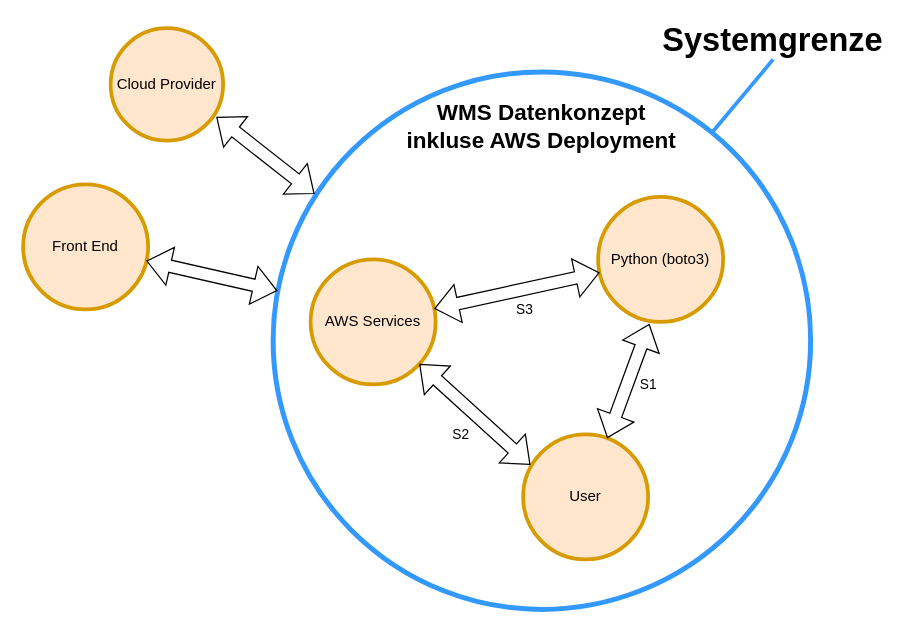
Above: bilder/Systemgrenzen.drawio in blro-ep/ITCNE23-SEM-III (draw.io), before the change. Source tidied: cells renumbered, new cells numbered last; positions are measured from the earlier drawing's top-left corner, leaving out a move shared by most shapes. Both pictures are drawn from the tidied source at 125%, with x=0, y=0 at pixel (22, 21).
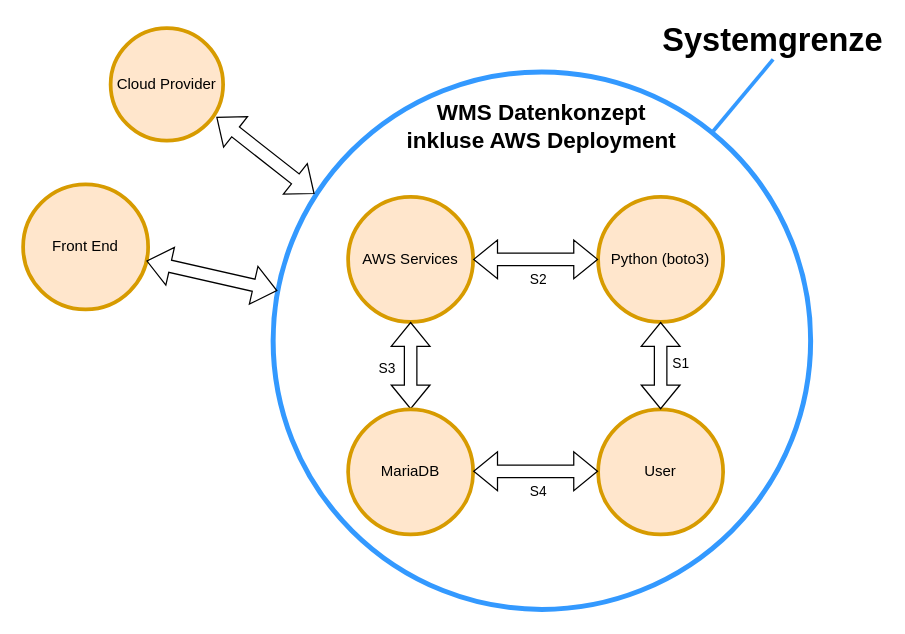
After the change.

The edit, as a diff of the source:
```diff
@@
 <mxGraphModel>
   <root>
     <mxCell id="0" />
     <mxCell id="1" parent="0" />
     <mxCell id="2" value="&lt;h1&gt;&lt;/h1&gt;&lt;h2 style=&quot;font-size: 18px;&quot; class=&quot;splunk2-h3&quot;&gt;&lt;div style=&quot;&quot;&gt;WMS Datenkonzept&lt;br&gt;inkluse AWS Deployment&lt;/div&gt;&lt;/h2&gt;" style="ellipse;whiteSpace=wrap;html=1;strokeWidth=4;strokeColor=#3399FF;align=center;verticalAlign=top;" parent="1" vertex="1">
       <mxGeometry x="200" y="40" width="430" height="430" as="geometry" />
     </mxCell>
     <mxCell id="3" value="Cloud Provider" style="ellipse;whiteSpace=wrap;html=1;fillColor=#ffe6cc;strokeColor=#d79b00;strokeWidth=3;shadow=0;" parent="1" vertex="1">
       <mxGeometry x="70" y="5" width="90" height="90" as="geometry" />
     </mxCell>
     <mxCell id="4" value="Front End" style="ellipse;whiteSpace=wrap;html=1;fillColor=#ffe6cc;strokeColor=#d79b00;strokeWidth=3;" parent="1" vertex="1">
       <mxGeometry y="130" width="100" height="100" as="geometry" />
     </mxCell>
     <mxCell id="5" style="shape=flexArrow;endArrow=classic;startArrow=classic;html=1;rounded=0;entryX=0.94;entryY=0.789;entryDx=0;entryDy=0;entryPerimeter=0;exitX=0.077;exitY=0.227;exitDx=0;exitDy=0;exitPerimeter=0;" parent="1" edge="1" source="2" target="3">
       <mxGeometry relative="1" as="geometry" />
     </mxCell>
     <mxCell id="6" style="shape=flexArrow;endArrow=classic;startArrow=classic;html=1;rounded=0;entryX=0.986;entryY=0.612;entryDx=0;entryDy=0;entryPerimeter=0;exitX=0.008;exitY=0.407;exitDx=0;exitDy=0;exitPerimeter=0;" parent="1" edge="1" source="2" target="4">
       <mxGeometry relative="1" as="geometry" />
     </mxCell>
     <mxCell id="7" value="&lt;font size=&quot;1&quot; style=&quot;&quot;&gt;&lt;b style=&quot;font-size: 26px;&quot;&gt;Systemgrenze&lt;/b&gt;&lt;/font&gt;" style="text;html=1;strokeColor=none;fillColor=none;align=center;verticalAlign=middle;whiteSpace=wrap;rounded=0;" parent="1" vertex="1">
       <mxGeometry x="520" width="160" height="30" as="geometry" />
     </mxCell>
     <mxCell id="8" style="endArrow=none;html=1;rounded=0;entryX=0.5;entryY=1;entryDx=0;entryDy=0;exitX=0.819;exitY=0.11;exitDx=0;exitDy=0;exitPerimeter=0;strokeColor=#3399FF;strokeWidth=3;" parent="1" edge="1" source="2" target="7">
       <mxGeometry relative="1" as="geometry" />
     </mxCell>
     <mxCell id="9" value="&lt;br&gt;" style="edgeLabel;html=1;align=center;verticalAlign=middle;" parent="8" vertex="1">
       <mxGeometry x="-0.23" y="-3" relative="1" as="geometry" />
     </mxCell>
     <mxCell id="10" value="Python (boto3)" style="ellipse;whiteSpace=wrap;html=1;fillColor=#ffe6cc;strokeColor=#d79b00;strokeWidth=3;" parent="1" vertex="1">
       <mxGeometry x="460" y="140" width="100" height="100" as="geometry" />
     </mxCell>
     <mxCell id="11" value="AWS Services" style="ellipse;whiteSpace=wrap;html=1;fillColor=#ffe6cc;strokeColor=#d79b00;strokeWidth=3;" parent="1" vertex="1">
-      <mxGeometry x="230" y="190" width="100" height="100" as="geometry" />
+      <mxGeometry x="260" y="140" width="100" height="100" as="geometry" />
     </mxCell>
-    <mxCell id="12" value="S3" style="shape=flexArrow;endArrow=classic;startArrow=classic;html=1;rounded=0;verticalAlign=middle;" parent="1" edge="1" source="11" target="10">
+    <mxCell id="12" value="S2" style="shape=flexArrow;endArrow=classic;startArrow=classic;html=1;rounded=0;verticalAlign=middle;" parent="1" edge="1" source="11" target="10">
       <mxGeometry x="0.03" y="-16" relative="1" as="geometry" />
     </mxCell>
     <mxCell id="13" value="User" style="ellipse;whiteSpace=wrap;html=1;fillColor=#ffe6cc;strokeColor=#d79b00;strokeWidth=3;" parent="1" vertex="1">
-      <mxGeometry x="400" y="330" width="100" height="100" as="geometry" />
+      <mxGeometry x="460" y="310" width="100" height="100" as="geometry" />
     </mxCell>
-    <mxCell id="14" value="S1" style="shape=flexArrow;endArrow=classic;startArrow=classic;html=1;rounded=0;verticalAlign=middle;entryX=0.41;entryY=1.016;entryDx=0;entryDy=0;entryPerimeter=0;" parent="1" edge="1" source="13" target="10">
+    <mxCell id="14" value="S1" style="shape=flexArrow;endArrow=classic;startArrow=classic;html=1;rounded=0;verticalAlign=middle;entryX=0.5;entryY=1;entryDx=0;entryDy=0;" parent="1" edge="1" source="13" target="10">
       <mxGeometry x="0.06" y="-16" relative="1" as="geometry" />
     </mxCell>
-    <mxCell id="15" value="S2" style="shape=flexArrow;endArrow=classic;startArrow=classic;html=1;rounded=0;verticalAlign=middle;entryX=0.058;entryY=0.244;entryDx=0;entryDy=0;entryPerimeter=0;" parent="1" edge="1" source="11" target="13">
+    <mxCell id="15" value="S3" style="shape=flexArrow;endArrow=classic;startArrow=classic;html=1;rounded=0;verticalAlign=middle;" parent="1" edge="1" source="11" target="16">
       <mxGeometry x="0.04" y="-19" relative="1" as="geometry">
         <mxPoint y="1" as="offset" />
       </mxGeometry>
     </mxCell>
+    <mxCell id="16" value="MariaDB" style="ellipse;whiteSpace=wrap;html=1;fillColor=#ffe6cc;strokeColor=#d79b00;strokeWidth=3;" parent="1" vertex="1">
+      <mxGeometry x="260" y="310" width="100" height="100" as="geometry" />
+    </mxCell>
+    <mxCell id="17" value="S4" style="shape=flexArrow;endArrow=classic;startArrow=classic;html=1;rounded=0;verticalAlign=middle;" parent="1" edge="1">
+      <mxGeometry x="0.03" y="-16" relative="1" as="geometry">
+        <mxPoint x="360" y="359.5" as="sourcePoint" />
+        <mxPoint x="460" y="359.5" as="targetPoint" />
+      </mxGeometry>
+    </mxCell>
   </root>
 </mxGraphModel>
```
